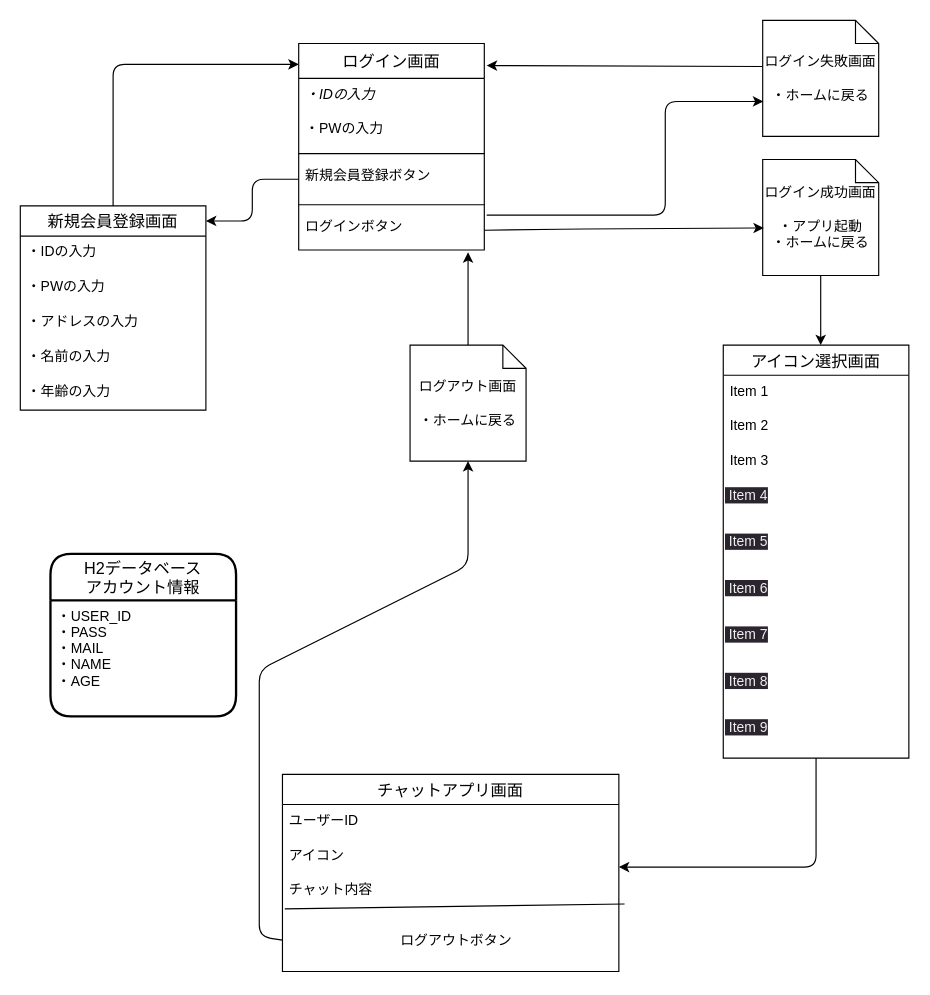
Above: .drawio in fujina7/ITWorkshop (draw.io), before the change. Source tidied: cells renumbered, new cells numbered last; positions are measured from the earlier drawing's top-left corner, leaving out a move shared by most shapes. Both pictures are drawn from the tidied source at 116%, with x=0, y=0 at pixel (20, 20).
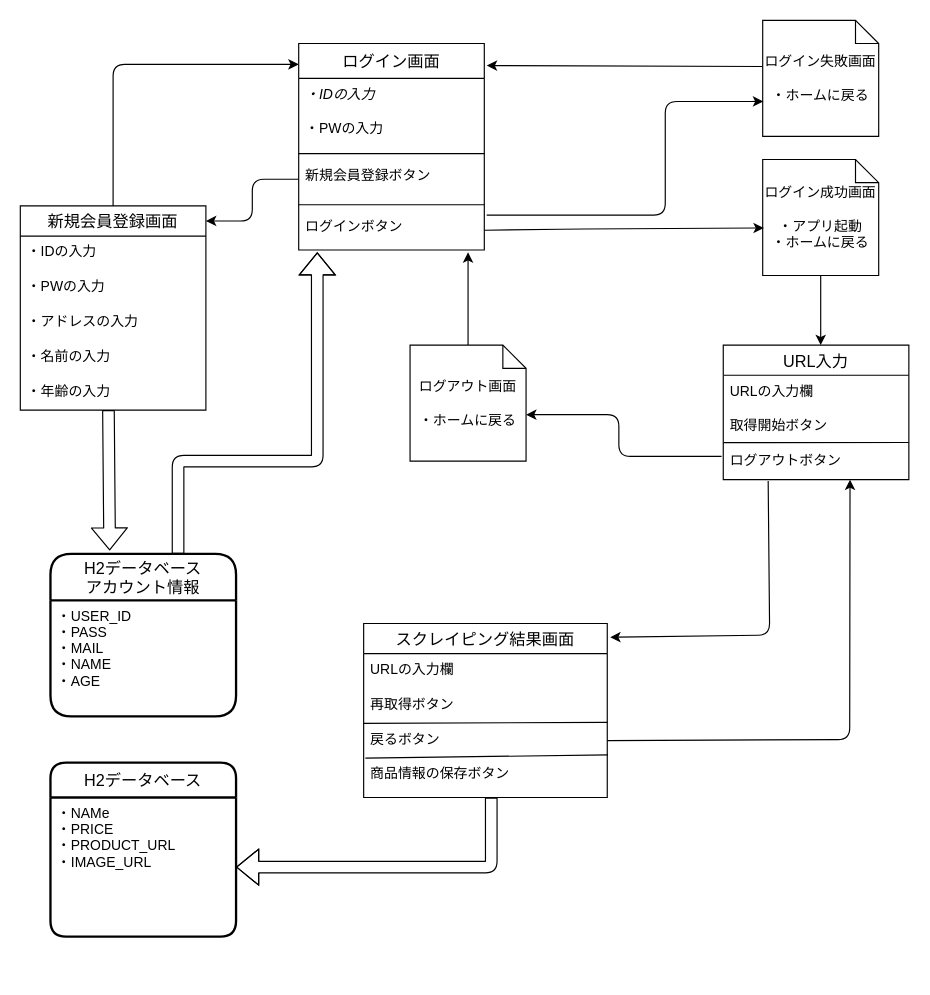
The same diagram, later.

Unchanged cells that the change refers to:
```xml
<mxCell id="13" value="ログインボタン" style="text;strokeColor=none;fillColor=none;spacingLeft=4;spacingRight=4;overflow=hidden;points=[[0,0.5],[1,0.5]];portConstraint=eastwest;fontSize=12;" parent="7" vertex="1">
  <mxGeometry y="144" width="160" height="34" as="geometry" />
</mxCell>
<mxCell id="14" value="新規会員登録画面" style="swimlane;fontStyle=0;horizontal=1;startSize=26;align=center;fontSize=14;" parent="1" vertex="1">
  <mxGeometry y="160" width="160" height="176" as="geometry" />
</mxCell>
<mxCell id="23" value="ログアウト画面&lt;br&gt;&lt;br&gt;・ホームに戻る" style="shape=note;size=20;whiteSpace=wrap;html=1;" parent="1" vertex="1">
  <mxGeometry x="336" y="280" width="100" height="100" as="geometry" />
</mxCell>
<mxCell id="25" value="H2データベース&#10;アカウント情報" style="swimlane;horizontal=1;startSize=40;rounded=1;fontSize=14;fontStyle=0;strokeWidth=2;shadow=0;dashed=0;align=center;" parent="1" vertex="1">
  <mxGeometry x="26" y="460" width="160" height="140" as="geometry" />
</mxCell>
```

What changed in the source:
```diff
@@
+    <mxCell id="45" style="shape=flexArrow;endArrow=classic;html=1;entryX=0.319;entryY=-0.021;entryDx=0;entryDy=0;entryPerimeter=0;" parent="14" edge="1" target="25">
+      <mxGeometry relative="1" as="geometry">
+        <mxPoint x="76" y="176" as="sourcePoint" />
+      </mxGeometry>
+    </mxCell>
@@
-    <mxCell id="27" value="アイコン選択画面" style="swimlane;fontStyle=0;horizontal=1;startSize=26;align=center;fontSize=14;" parent="1" vertex="1">
-      <mxGeometry x="606" y="280" width="160" height="356" as="geometry" />
+    <mxCell id="27" value="URL入力" style="swimlane;fontStyle=0;horizontal=1;startSize=26;align=center;fontSize=14;" parent="1" vertex="1">
+      <mxGeometry x="606" y="280" width="160" height="116" as="geometry" />
     </mxCell>
-    <mxCell id="28" value="Item 1" style="text;strokeColor=none;fillColor=none;spacingLeft=4;spacingRight=4;overflow=hidden;fontSize=12;" parent="27" vertex="1">
+    <mxCell id="28" value="URLの入力欄" style="text;strokeColor=none;fillColor=none;spacingLeft=4;spacingRight=4;overflow=hidden;fontSize=12;" parent="27" vertex="1">
       <mxGeometry y="26" width="160" height="30" as="geometry" />
     </mxCell>
-    <mxCell id="29" value="Item 2" style="text;strokeColor=none;fillColor=none;spacingLeft=4;spacingRight=4;overflow=hidden;points=[[0,0.5],[1,0.5]];portConstraint=eastwest;fontSize=12;" parent="27" vertex="1">
+    <mxCell id="29" value="取得開始ボタン" style="text;strokeColor=none;fillColor=none;spacingLeft=4;spacingRight=4;overflow=hidden;points=[[0,0.5],[1,0.5]];portConstraint=eastwest;fontSize=12;" parent="27" vertex="1">
       <mxGeometry y="56" width="160" height="30" as="geometry" />
     </mxCell>
-    <mxCell id="30" value="Item 3" style="text;strokeColor=none;fillColor=none;spacingLeft=4;spacingRight=4;overflow=hidden;fontSize=12;" parent="27" vertex="1">
-      <mxGeometry y="86" width="160" height="30" as="geometry" />
-    </mxCell>
-    <mxCell id="31" value="&lt;span style=&quot;color: rgb(240, 240, 240); font-family: Helvetica; font-size: 12px; font-style: normal; font-variant-ligatures: normal; font-variant-caps: normal; font-weight: 400; letter-spacing: normal; orphans: 2; text-align: left; text-indent: 0px; text-transform: none; widows: 2; word-spacing: 0px; -webkit-text-stroke-width: 0px; background-color: rgb(42, 37, 47); text-decoration-thickness: initial; text-decoration-style: initial; text-decoration-color: initial; float: none; display: inline !important;&quot;&gt;&amp;nbsp;Item 4&lt;/span&gt;" style="text;whiteSpace=wrap;html=1;" parent="27" vertex="1">
-      <mxGeometry y="116" width="160" height="40" as="geometry" />
-    </mxCell>
-    <mxCell id="32" value="&lt;span style=&quot;color: rgb(240, 240, 240); font-family: Helvetica; font-size: 12px; font-style: normal; font-variant-ligatures: normal; font-variant-caps: normal; font-weight: 400; letter-spacing: normal; orphans: 2; text-align: left; text-indent: 0px; text-transform: none; widows: 2; word-spacing: 0px; -webkit-text-stroke-width: 0px; background-color: rgb(42, 37, 47); text-decoration-thickness: initial; text-decoration-style: initial; text-decoration-color: initial; float: none; display: inline !important;&quot;&gt;&amp;nbsp;Item 5&lt;/span&gt;" style="text;whiteSpace=wrap;html=1;" parent="27" vertex="1">
-      <mxGeometry y="156" width="160" height="40" as="geometry" />
-    </mxCell>
-    <mxCell id="33" value="&lt;span style=&quot;color: rgb(240, 240, 240); font-family: Helvetica; font-size: 12px; font-style: normal; font-variant-ligatures: normal; font-variant-caps: normal; font-weight: 400; letter-spacing: normal; orphans: 2; text-align: left; text-indent: 0px; text-transform: none; widows: 2; word-spacing: 0px; -webkit-text-stroke-width: 0px; background-color: rgb(42, 37, 47); text-decoration-thickness: initial; text-decoration-style: initial; text-decoration-color: initial; float: none; display: inline !important;&quot;&gt;&amp;nbsp;Item 6&lt;/span&gt;" style="text;whiteSpace=wrap;html=1;" parent="27" vertex="1">
-      <mxGeometry y="196" width="160" height="40" as="geometry" />
-    </mxCell>
-    <mxCell id="34" value="&lt;span style=&quot;color: rgb(240, 240, 240); font-family: Helvetica; font-size: 12px; font-style: normal; font-variant-ligatures: normal; font-variant-caps: normal; font-weight: 400; letter-spacing: normal; orphans: 2; text-align: left; text-indent: 0px; text-transform: none; widows: 2; word-spacing: 0px; -webkit-text-stroke-width: 0px; background-color: rgb(42, 37, 47); text-decoration-thickness: initial; text-decoration-style: initial; text-decoration-color: initial; float: none; display: inline !important;&quot;&gt;&amp;nbsp;Item 7&lt;/span&gt;" style="text;whiteSpace=wrap;html=1;" parent="27" vertex="1">
-      <mxGeometry y="236" width="160" height="40" as="geometry" />
-    </mxCell>
-    <mxCell id="35" value="&lt;span style=&quot;color: rgb(240, 240, 240); font-family: Helvetica; font-size: 12px; font-style: normal; font-variant-ligatures: normal; font-variant-caps: normal; font-weight: 400; letter-spacing: normal; orphans: 2; text-align: left; text-indent: 0px; text-transform: none; widows: 2; word-spacing: 0px; -webkit-text-stroke-width: 0px; background-color: rgb(42, 37, 47); text-decoration-thickness: initial; text-decoration-style: initial; text-decoration-color: initial; float: none; display: inline !important;&quot;&gt;&amp;nbsp;Item 8&lt;/span&gt;" style="text;whiteSpace=wrap;html=1;" parent="27" vertex="1">
-      <mxGeometry y="276" width="160" height="40" as="geometry" />
-    </mxCell>
-    <mxCell id="36" value="&lt;span style=&quot;color: rgb(240, 240, 240); font-family: Helvetica; font-size: 12px; font-style: normal; font-variant-ligatures: normal; font-variant-caps: normal; font-weight: 400; letter-spacing: normal; orphans: 2; text-align: left; text-indent: 0px; text-transform: none; widows: 2; word-spacing: 0px; -webkit-text-stroke-width: 0px; background-color: rgb(42, 37, 47); text-decoration-thickness: initial; text-decoration-style: initial; text-decoration-color: initial; float: none; display: inline !important;&quot;&gt;&amp;nbsp;Item 9&lt;/span&gt;" style="text;whiteSpace=wrap;html=1;" parent="27" vertex="1">
-      <mxGeometry y="316" width="160" height="40" as="geometry" />
-    </mxCell>
-    <mxCell id="37" style="endArrow=classic;html=1;exitX=0.5;exitY=1;exitDx=0;exitDy=0;" parent="1" edge="1" source="36">
-      <mxGeometry relative="1" as="geometry">
-        <mxPoint x="516" y="730" as="targetPoint" />
-        <Array as="points">
-          <mxPoint x="686" y="730" />
-        </Array>
-      </mxGeometry>
-    </mxCell>
+    <mxCell id="46" value="ログアウトボタン" style="text;strokeColor=none;fillColor=none;spacingLeft=4;spacingRight=4;overflow=hidden;points=[[0,0.5],[1,0.5]];portConstraint=eastwest;fontSize=12;" parent="27" vertex="1">
+      <mxGeometry y="86" width="160" height="30" as="geometry" />
+    </mxCell>
+    <mxCell id="47" style="endArrow=none;html=1;entryX=1;entryY=-0.067;entryDx=0;entryDy=0;entryPerimeter=0;exitX=0.001;exitY=0.935;exitDx=0;exitDy=0;exitPerimeter=0;" parent="27" edge="1" source="29" target="46">
+      <mxGeometry relative="1" as="geometry" />
+    </mxCell>
-    <mxCell id="38" value="チャットアプリ画面" style="swimlane;fontStyle=0;horizontal=1;startSize=26;align=center;fontSize=14;" parent="1" vertex="1">
-      <mxGeometry x="226" y="650" width="290" height="170" as="geometry" />
+    <mxCell id="38" value="スクレイピング結果画面" style="swimlane;fontStyle=0;horizontal=1;startSize=26;align=center;fontSize=14;" parent="1" vertex="1">
+      <mxGeometry x="296" y="520" width="210" height="150" as="geometry" />
     </mxCell>
-    <mxCell id="39" value="ユーザーID" style="text;strokeColor=none;fillColor=none;spacingLeft=4;spacingRight=4;overflow=hidden;fontSize=12;" parent="38" vertex="1">
-      <mxGeometry y="26" width="290" height="30" as="geometry" />
+    <mxCell id="39" value="URLの入力欄" style="text;strokeColor=none;fillColor=none;spacingLeft=4;spacingRight=4;overflow=hidden;fontSize=12;" parent="38" vertex="1">
+      <mxGeometry y="26" width="210" height="30" as="geometry" />
     </mxCell>
-    <mxCell id="40" value="アイコン" style="text;strokeColor=none;fillColor=none;spacingLeft=4;spacingRight=4;overflow=hidden;fontSize=12;" parent="38" vertex="1">
-      <mxGeometry y="56" width="290" height="30" as="geometry" />
+    <mxCell id="40" value="再取得ボタン" style="text;strokeColor=none;fillColor=none;spacingLeft=4;spacingRight=4;overflow=hidden;fontSize=12;" parent="38" vertex="1">
+      <mxGeometry y="56" width="210" height="30" as="geometry" />
     </mxCell>
-    <mxCell id="41" value="チャット内容" style="text;strokeColor=none;fillColor=none;spacingLeft=4;spacingRight=4;overflow=hidden;points=[[0,0.5],[1,0.5]];portConstraint=eastwest;fontSize=12;" parent="38" vertex="1">
-      <mxGeometry y="86" width="290" height="30" as="geometry" />
+    <mxCell id="41" value="戻るボタン" style="text;strokeColor=none;fillColor=none;spacingLeft=4;spacingRight=4;overflow=hidden;points=[[0,0.5],[1,0.5]];portConstraint=eastwest;fontSize=12;" parent="38" vertex="1">
+      <mxGeometry y="86" width="210" height="30" as="geometry" />
     </mxCell>
-    <mxCell id="42" value="&#10;　　　　　　　　ログアウトボタン" style="text;strokeColor=none;fillColor=none;spacingLeft=4;spacingRight=4;overflow=hidden;points=[[0,0.5],[1,0.5]];portConstraint=eastwest;fontSize=12;" parent="38" vertex="1">
-      <mxGeometry y="116" width="290" height="54" as="geometry" />
+    <mxCell id="42" value="商品情報の保存ボタン" style="text;strokeColor=none;fillColor=none;spacingLeft=4;spacingRight=4;overflow=hidden;points=[[0,0.5],[1,0.5]];portConstraint=eastwest;fontSize=12;" parent="38" vertex="1">
+      <mxGeometry y="116" width="210" height="34" as="geometry" />
     </mxCell>
-    <mxCell id="43" style="endArrow=none;html=1;exitX=0.007;exitY=0;exitDx=0;exitDy=0;exitPerimeter=0;entryX=1.017;entryY=-0.078;entryDx=0;entryDy=0;entryPerimeter=0;" parent="38" edge="1" source="42" target="42">
+    <mxCell id="43" style="endArrow=none;html=1;exitX=0.007;exitY=0;exitDx=0;exitDy=0;exitPerimeter=0;entryX=1.003;entryY=0.91;entryDx=0;entryDy=0;entryPerimeter=0;" parent="38" edge="1" source="42" target="41">
       <mxGeometry relative="1" as="geometry" />
     </mxCell>
-    <mxCell id="44" style="edgeStyle=none;html=1;entryX=0.5;entryY=1;entryDx=0;entryDy=0;entryPerimeter=0;exitX=0;exitY=0.5;exitDx=0;exitDy=0;" parent="1" edge="1" source="42" target="23">
-      <mxGeometry relative="1" as="geometry">
-        <Array as="points">
-          <mxPoint x="206" y="790" />
-          <mxPoint x="206" y="560" />
-          <mxPoint x="386" y="470" />
-        </Array>
-      </mxGeometry>
-    </mxCell>
+    <mxCell id="48" style="endArrow=none;html=1;entryX=-0.002;entryY=0.005;entryDx=0;entryDy=0;entryPerimeter=0;exitX=1.001;exitY=-0.027;exitDx=0;exitDy=0;exitPerimeter=0;" parent="38" edge="1" source="41" target="41">
+      <mxGeometry relative="1" as="geometry" />
+    </mxCell>
+    <mxCell id="49" style="shape=flexArrow;endArrow=classic;html=1;entryX=0.1;entryY=1.059;entryDx=0;entryDy=0;entryPerimeter=0;" parent="1" edge="1" target="13">
+      <mxGeometry relative="1" as="geometry">
+        <mxPoint x="136" y="460" as="sourcePoint" />
+        <Array as="points">
+          <mxPoint x="136" y="380" />
+          <mxPoint x="256" y="380" />
+        </Array>
+      </mxGeometry>
+    </mxCell>
+    <mxCell id="50" style="endArrow=classic;html=1;entryX=0.683;entryY=1;entryDx=0;entryDy=0;exitX=1;exitY=0.5;exitDx=0;exitDy=0;entryPerimeter=0;" parent="1" edge="1" source="41" target="46">
+      <mxGeometry relative="1" as="geometry">
+        <Array as="points">
+          <mxPoint x="715" y="620" />
+        </Array>
+      </mxGeometry>
+    </mxCell>
+    <mxCell id="51" style="endArrow=classic;html=1;exitX=-0.009;exitY=0.329;exitDx=0;exitDy=0;exitPerimeter=0;entryX=0;entryY=0;entryDx=100;entryDy=60;entryPerimeter=0;" parent="1" edge="1" source="46" target="23">
+      <mxGeometry relative="1" as="geometry">
+        <Array as="points">
+          <mxPoint x="516" y="376" />
+          <mxPoint x="516" y="340" />
+        </Array>
+      </mxGeometry>
+    </mxCell>
+    <mxCell id="52" style="endArrow=classic;html=1;entryX=1.012;entryY=0.079;entryDx=0;entryDy=0;entryPerimeter=0;exitX=0.242;exitY=1.037;exitDx=0;exitDy=0;exitPerimeter=0;" parent="1" edge="1" source="46" target="38">
+      <mxGeometry relative="1" as="geometry">
+        <Array as="points">
+          <mxPoint x="646" y="530" />
+        </Array>
+      </mxGeometry>
+    </mxCell>
+    <mxCell id="53" value="H2データベース" style="swimlane;horizontal=1;startSize=30;rounded=1;fontSize=14;fontStyle=0;strokeWidth=2;shadow=0;dashed=0;align=center;" parent="1" vertex="1">
+      <mxGeometry x="26" y="640" width="160" height="150" as="geometry" />
+    </mxCell>
+    <mxCell id="54" value="・NAMe&#10;・PRICE&#10;・PRODUCT_URL&#10;・IMAGE_URL&#10;" style="align=left;strokeColor=none;fillColor=none;spacingLeft=4;fontSize=12;verticalAlign=top;" parent="53" vertex="1">
+      <mxGeometry y="30" width="160" height="120" as="geometry" />
+    </mxCell>
+    <mxCell id="55" style="shape=flexArrow;endArrow=classic;html=1;entryX=1;entryY=0.5;entryDx=0;entryDy=0;" parent="1" edge="1" target="54">
+      <mxGeometry relative="1" as="geometry">
+        <mxPoint x="406" y="670" as="sourcePoint" />
+        <Array as="points">
+          <mxPoint x="406" y="730" />
+        </Array>
+      </mxGeometry>
+    </mxCell>
```
